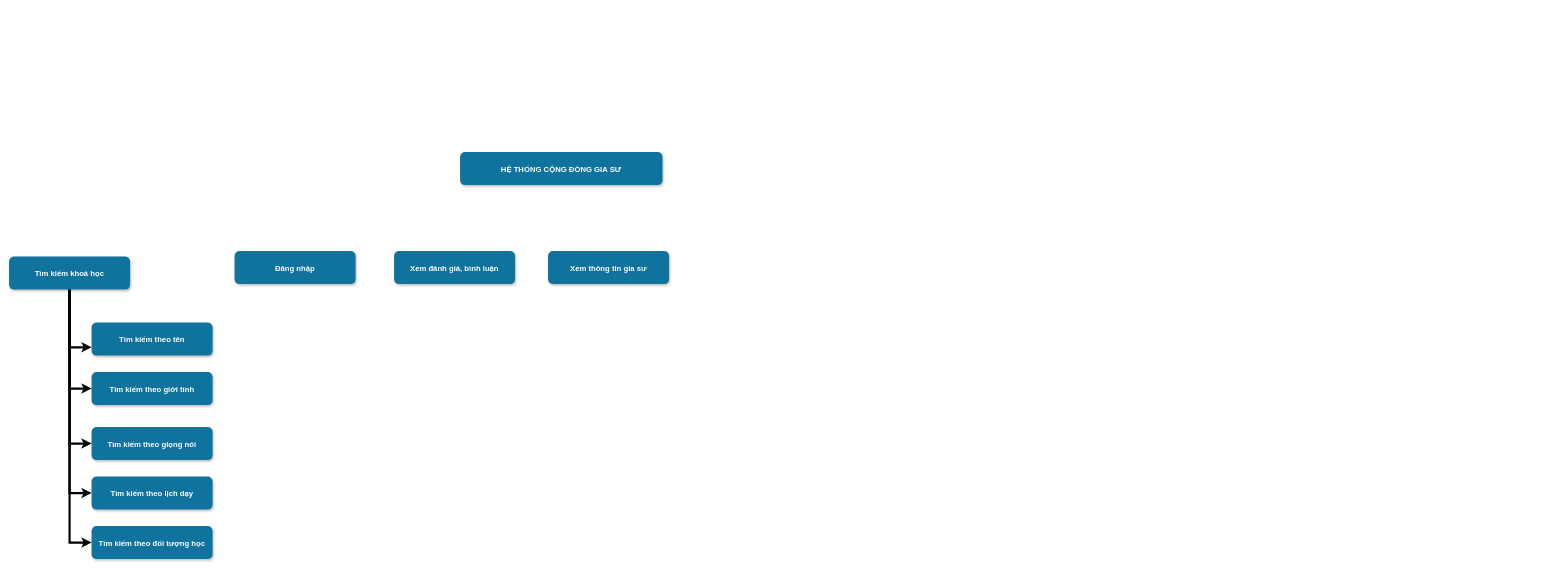
This is docs/CongDongGiaSu_SoDoChucNang_HocVien.drawio from nghiale1/CongDongGiaSu, a draw.io file, before an edit. Source tidied: cells renumbered, new cells numbered last; positions are measured from the earlier drawing's top-left corner, leaving out a move shared by most shapes. Both pictures are drawn from the tidied source at 55%, with x=0, y=0 at pixel (9, 152).
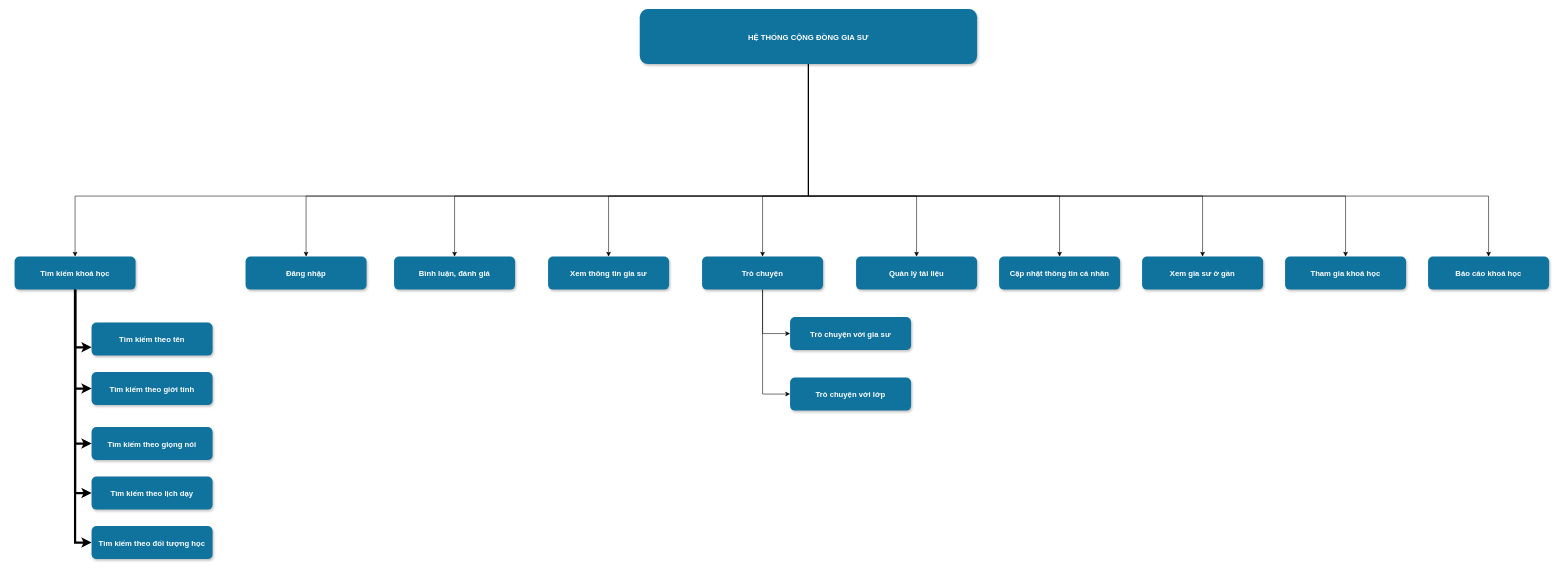
Above is the later version.

The change refers to these unchanged cells:
```xml
<mxCell id="9" value="Tìm kiếm theo tên" style="rounded=1;fillColor=#10739E;strokeColor=none;shadow=1;gradientColor=none;fontStyle=1;fontColor=#FFFFFF;fontSize=14;" parent="1" vertex="1">
  <mxGeometry x="150" y="310" width="220" height="60" as="geometry" />
</mxCell>
```

Change to the diagram source:
```diff
@@
+    <mxCell id="17" style="edgeStyle=orthogonalEdgeStyle;rounded=0;jettySize=auto;html=1;entryX=0.5;entryY=0;entryDx=0;entryDy=0;" parent="1" edge="1" source="2" target="8">
+      <mxGeometry relative="1" as="geometry">
+        <Array as="points">
+          <mxPoint x="1453" y="80" />
+          <mxPoint x="120" y="80" />
+        </Array>
+      </mxGeometry>
+    </mxCell>
+    <mxCell id="18" style="edgeStyle=orthogonalEdgeStyle;rounded=0;jettySize=auto;html=1;entryX=0.5;entryY=0;entryDx=0;entryDy=0;" parent="1" edge="1" source="2" target="14">
+      <mxGeometry relative="1" as="geometry">
+        <Array as="points">
+          <mxPoint x="1453" y="80" />
+          <mxPoint x="540" y="80" />
+        </Array>
+      </mxGeometry>
+    </mxCell>
+    <mxCell id="19" style="edgeStyle=orthogonalEdgeStyle;rounded=0;jettySize=auto;html=1;entryX=0.5;entryY=0;entryDx=0;entryDy=0;" parent="1" edge="1" source="2" target="15">
+      <mxGeometry relative="1" as="geometry">
+        <Array as="points">
+          <mxPoint x="1453" y="80" />
+          <mxPoint x="810" y="80" />
+        </Array>
+      </mxGeometry>
+    </mxCell>
+    <mxCell id="20" style="edgeStyle=orthogonalEdgeStyle;rounded=0;jettySize=auto;html=1;entryX=0.5;entryY=0;entryDx=0;entryDy=0;" parent="1" edge="1" source="2" target="16">
+      <mxGeometry relative="1" as="geometry">
+        <Array as="points">
+          <mxPoint x="1453" y="80" />
+          <mxPoint x="1090" y="80" />
+        </Array>
+      </mxGeometry>
+    </mxCell>
+    <mxCell id="21" style="edgeStyle=orthogonalEdgeStyle;rounded=0;jettySize=auto;html=1;" parent="1" edge="1" source="2" target="29">
+      <mxGeometry relative="1" as="geometry">
+        <Array as="points">
+          <mxPoint x="1453" y="80" />
+          <mxPoint x="1370" y="80" />
+        </Array>
+      </mxGeometry>
+    </mxCell>
+    <mxCell id="22" style="edgeStyle=orthogonalEdgeStyle;rounded=0;jettySize=auto;html=1;" parent="1" edge="1" source="2" target="30">
+      <mxGeometry relative="1" as="geometry">
+        <Array as="points">
+          <mxPoint x="1453" y="80" />
+          <mxPoint x="1650" y="80" />
+        </Array>
+      </mxGeometry>
+    </mxCell>
+    <mxCell id="23" style="edgeStyle=orthogonalEdgeStyle;rounded=0;jettySize=auto;html=1;" parent="1" edge="1" source="2" target="31">
+      <mxGeometry relative="1" as="geometry">
+        <Array as="points">
+          <mxPoint x="1453" y="80" />
+          <mxPoint x="1910" y="80" />
+        </Array>
+      </mxGeometry>
+    </mxCell>
+    <mxCell id="24" style="edgeStyle=orthogonalEdgeStyle;rounded=0;jettySize=auto;html=1;entryX=0.5;entryY=0;entryDx=0;entryDy=0;" parent="1" edge="1" source="2" target="32">
+      <mxGeometry relative="1" as="geometry">
+        <Array as="points">
+          <mxPoint x="1453" y="80" />
+          <mxPoint x="2170" y="80" />
+        </Array>
+      </mxGeometry>
+    </mxCell>
+    <mxCell id="25" style="edgeStyle=orthogonalEdgeStyle;rounded=0;jettySize=auto;html=1;" parent="1" edge="1" source="2" target="33">
+      <mxGeometry relative="1" as="geometry">
+        <Array as="points">
+          <mxPoint x="1453" y="80" />
+          <mxPoint x="2430" y="80" />
+        </Array>
+      </mxGeometry>
+    </mxCell>
+    <mxCell id="26" style="edgeStyle=orthogonalEdgeStyle;rounded=0;jettySize=auto;html=1;entryX=0.5;entryY=0;entryDx=0;entryDy=0;" parent="1" edge="1" source="2" target="34">
+      <mxGeometry relative="1" as="geometry">
+        <Array as="points">
+          <mxPoint x="1453" y="80" />
+          <mxPoint x="2690" y="80" />
+        </Array>
+      </mxGeometry>
+    </mxCell>
     <mxCell id="2" value="HỆ THỐNG CỘNG ĐỒNG GIA SƯ" style="rounded=1;fillColor=#10739E;strokeColor=none;shadow=1;gradientColor=none;fontStyle=1;fontColor=#FFFFFF;fontSize=14;" parent="1" vertex="1">
-      <mxGeometry x="820" width="368" height="60" as="geometry" />
+      <mxGeometry x="1146.7" y="-260" width="613.3" height="100" as="geometry" />
     </mxCell>
     <mxCell id="3" style="edgeStyle=orthogonalEdgeStyle;rounded=0;jettySize=auto;html=1;entryX=0;entryY=0.75;entryDx=0;entryDy=0;strokeColor=#000000;strokeWidth=4;" parent="1" edge="1" source="8" target="9">
       <mxGeometry relative="1" as="geometry">
         <Array as="points">
-          <mxPoint x="110" y="355" />
+          <mxPoint x="120" y="355" />
         </Array>
       </mxGeometry>
     </mxCell>
@@
     <mxCell id="8" value="Tìm kiếm khoá học" style="rounded=1;fillColor=#10739E;strokeColor=none;shadow=1;gradientColor=none;fontStyle=1;fontColor=#FFFFFF;fontSize=14;" parent="1" vertex="1">
-      <mxGeometry y="190" width="220" height="60" as="geometry" />
+      <mxGeometry x="10" y="190" width="220" height="60" as="geometry" />
     </mxCell>
@@
     <mxCell id="14" value="Đăng nhập" style="rounded=1;fillColor=#10739E;strokeColor=none;shadow=1;gradientColor=none;fontStyle=1;fontColor=#FFFFFF;fontSize=14;" parent="1" vertex="1">
-      <mxGeometry x="410" y="180" width="220" height="60" as="geometry" />
+      <mxGeometry x="430" y="190" width="220" height="60" as="geometry" />
     </mxCell>
-    <mxCell id="15" value="Xem đánh giá, bình luận" style="rounded=1;fillColor=#10739E;strokeColor=none;shadow=1;gradientColor=none;fontStyle=1;fontColor=#FFFFFF;fontSize=14;" parent="1" vertex="1">
-      <mxGeometry x="700" y="180" width="220" height="60" as="geometry" />
+    <mxCell id="15" value="Bình luận, đánh giá" style="rounded=1;fillColor=#10739E;strokeColor=none;shadow=1;gradientColor=none;fontStyle=1;fontColor=#FFFFFF;fontSize=14;" parent="1" vertex="1">
+      <mxGeometry x="700" y="190" width="220" height="60" as="geometry" />
     </mxCell>
     <mxCell id="16" value="Xem thông tin gia sư" style="rounded=1;fillColor=#10739E;strokeColor=none;shadow=1;gradientColor=none;fontStyle=1;fontColor=#FFFFFF;fontSize=14;" parent="1" vertex="1">
-      <mxGeometry x="980" y="180" width="220" height="60" as="geometry" />
+      <mxGeometry x="980" y="190" width="220" height="60" as="geometry" />
     </mxCell>
+    <mxCell id="27" style="edgeStyle=orthogonalEdgeStyle;rounded=0;jettySize=auto;html=1;entryX=0;entryY=0.5;entryDx=0;entryDy=0;" parent="1" edge="1" source="29" target="35">
+      <mxGeometry relative="1" as="geometry" />
+    </mxCell>
+    <mxCell id="28" style="edgeStyle=orthogonalEdgeStyle;rounded=0;jettySize=auto;html=1;entryX=0;entryY=0.5;entryDx=0;entryDy=0;" parent="1" edge="1" source="29" target="36">
+      <mxGeometry relative="1" as="geometry" />
+    </mxCell>
+    <mxCell id="29" value="Trò chuyện" style="rounded=1;fillColor=#10739E;strokeColor=none;shadow=1;gradientColor=none;fontStyle=1;fontColor=#FFFFFF;fontSize=14;" parent="1" vertex="1">
+      <mxGeometry x="1260" y="190" width="220" height="60" as="geometry" />
+    </mxCell>
+    <mxCell id="30" value="Quản lý tài liệu" style="rounded=1;fillColor=#10739E;strokeColor=none;shadow=1;gradientColor=none;fontStyle=1;fontColor=#FFFFFF;fontSize=14;" parent="1" vertex="1">
+      <mxGeometry x="1540" y="190" width="220" height="60" as="geometry" />
+    </mxCell>
+    <mxCell id="31" value="Cập nhật thông tin cá nhân" style="rounded=1;fillColor=#10739E;strokeColor=none;shadow=1;gradientColor=none;fontStyle=1;fontColor=#FFFFFF;fontSize=14;" parent="1" vertex="1">
+      <mxGeometry x="1800" y="190" width="220" height="60" as="geometry" />
+    </mxCell>
+    <mxCell id="32" value="Xem gia sư ở gần" style="rounded=1;fillColor=#10739E;strokeColor=none;shadow=1;gradientColor=none;fontStyle=1;fontColor=#FFFFFF;fontSize=14;" parent="1" vertex="1">
+      <mxGeometry x="2060" y="190" width="220" height="60" as="geometry" />
+    </mxCell>
+    <mxCell id="33" value="Tham gia khoá học" style="rounded=1;fillColor=#10739E;strokeColor=none;shadow=1;gradientColor=none;fontStyle=1;fontColor=#FFFFFF;fontSize=14;" parent="1" vertex="1">
+      <mxGeometry x="2320" y="190" width="220" height="60" as="geometry" />
+    </mxCell>
+    <mxCell id="34" value="Báo cáo khoá học" style="rounded=1;fillColor=#10739E;strokeColor=none;shadow=1;gradientColor=none;fontStyle=1;fontColor=#FFFFFF;fontSize=14;" parent="1" vertex="1">
+      <mxGeometry x="2580" y="190" width="220" height="60" as="geometry" />
+    </mxCell>
+    <mxCell id="35" value="Trò chuyện với gia sư" style="rounded=1;fillColor=#10739E;strokeColor=none;shadow=1;gradientColor=none;fontStyle=1;fontColor=#FFFFFF;fontSize=14;" parent="1" vertex="1">
+      <mxGeometry x="1420" y="300" width="220" height="60" as="geometry" />
+    </mxCell>
+    <mxCell id="36" value="Trò chuyện với lớp" style="rounded=1;fillColor=#10739E;strokeColor=none;shadow=1;gradientColor=none;fontStyle=1;fontColor=#FFFFFF;fontSize=14;" parent="1" vertex="1">
+      <mxGeometry x="1420" y="410" width="220" height="60" as="geometry" />
+    </mxCell>
```
